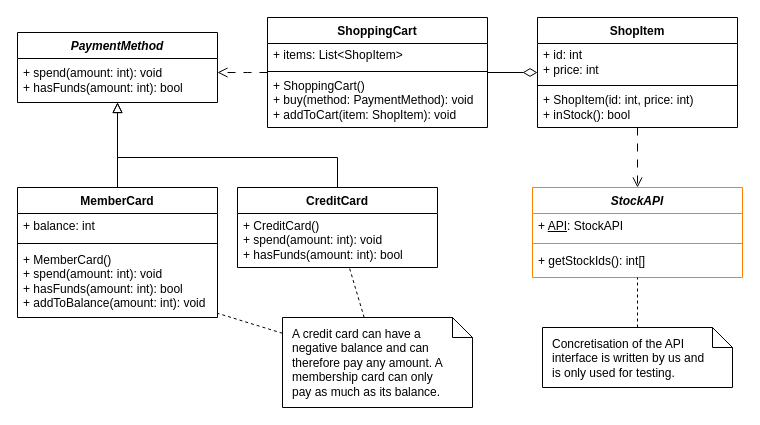
Before: page "class" (1 of 4) of java-src/Experiment2/img/UML-diagrams.drawio in TheisHS/Thesis, a draw.io diagram. Source tidied: cells renumbered, new cells numbered last; positions are measured from the earlier drawing's top-left corner, leaving out a move shared by most shapes. Both pictures are drawn from the tidied source at 100%, with x=0, y=0 at pixel (17, 17).
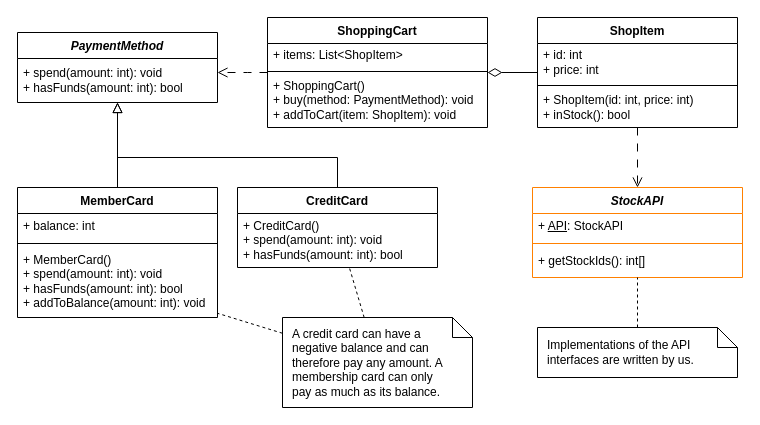
Above is the later version.

The change refers to these unchanged cells:
```xml
<mxCell id="7" value="ShopItem" style="swimlane;fontStyle=1;align=center;verticalAlign=top;horizontal=1;startSize=26;whiteSpace=wrap;html=1;" parent="1" vertex="1">
  <mxGeometry x="520" width="200" height="110" as="geometry" />
</mxCell>
<mxCell id="12" value="ShoppingCart" style="swimlane;fontStyle=1;align=center;verticalAlign=top;horizontal=1;startSize=26;whiteSpace=wrap;html=1;" parent="1" vertex="1">
  <mxGeometry x="250" width="220" height="110" as="geometry" />
</mxCell>
<mxCell id="16" value="&lt;i&gt;StockAPI&lt;/i&gt;" style="swimlane;fontStyle=1;align=center;verticalAlign=top;horizontal=1;startSize=26;whiteSpace=wrap;html=1;hachureGap=4;fontFamily=Helvetica;strokeColor=#FF8000;" parent="1" vertex="1">
  <mxGeometry x="515" y="170" width="210" height="90" as="geometry" />
</mxCell>
```

Diff of the diagram source:
```diff
@@
-    <mxCell id="26" style="edgeStyle=orthogonalEdgeStyle;rounded=0;jettySize=auto;html=1;endArrow=diamondThin;endFill=0;endSize=12;startSize=12;" parent="1" edge="1" source="12" target="7">
+    <mxCell id="26" style="edgeStyle=orthogonalEdgeStyle;rounded=0;jettySize=auto;html=1;endArrow=diamondThin;endFill=0;endSize=12;startSize=12;" parent="1" edge="1" source="7" target="12">
       <mxGeometry relative="1" as="geometry" />
     </mxCell>
-    <mxCell id="27" style="edgeStyle=orthogonalEdgeStyle;rounded=0;jettySize=auto;html=1;endArrow=none;startFill=0;dashed=1;" parent="1" edge="1" source="28" target="16">
+    <mxCell id="27" style="edgeStyle=orthogonalEdgeStyle;rounded=0;jettySize=auto;html=1;endArrow=none;startFill=0;dashed=1;" parent="1" edge="1" source="32" target="16">
       <mxGeometry relative="1" as="geometry" />
     </mxCell>
-    <mxCell id="28" value="Concretisation of the API interface is written by us&amp;nbsp;&lt;span style=&quot;color: light-dark(rgb(0, 0, 0), rgb(255, 255, 255)); background-color: transparent;&quot;&gt;and is only used for testing.&lt;/span&gt;" style="shape=note;size=20;whiteSpace=wrap;html=1;align=left;verticalAlign=top;spacing=5;spacingRight=20;spacingLeft=5;" parent="1" vertex="1">
-      <mxGeometry x="525" y="310" width="190" height="60" as="geometry" />
-    </mxCell>
@@
+    <mxCell id="32" value="Implementations of the API interfaces are written by us." style="shape=note;size=20;whiteSpace=wrap;html=1;align=left;verticalAlign=middle;spacing=5;spacingRight=20;spacingLeft=5;" parent="1" vertex="1">
+      <mxGeometry x="520" y="310" width="200" height="50" as="geometry" />
+    </mxCell>
```
